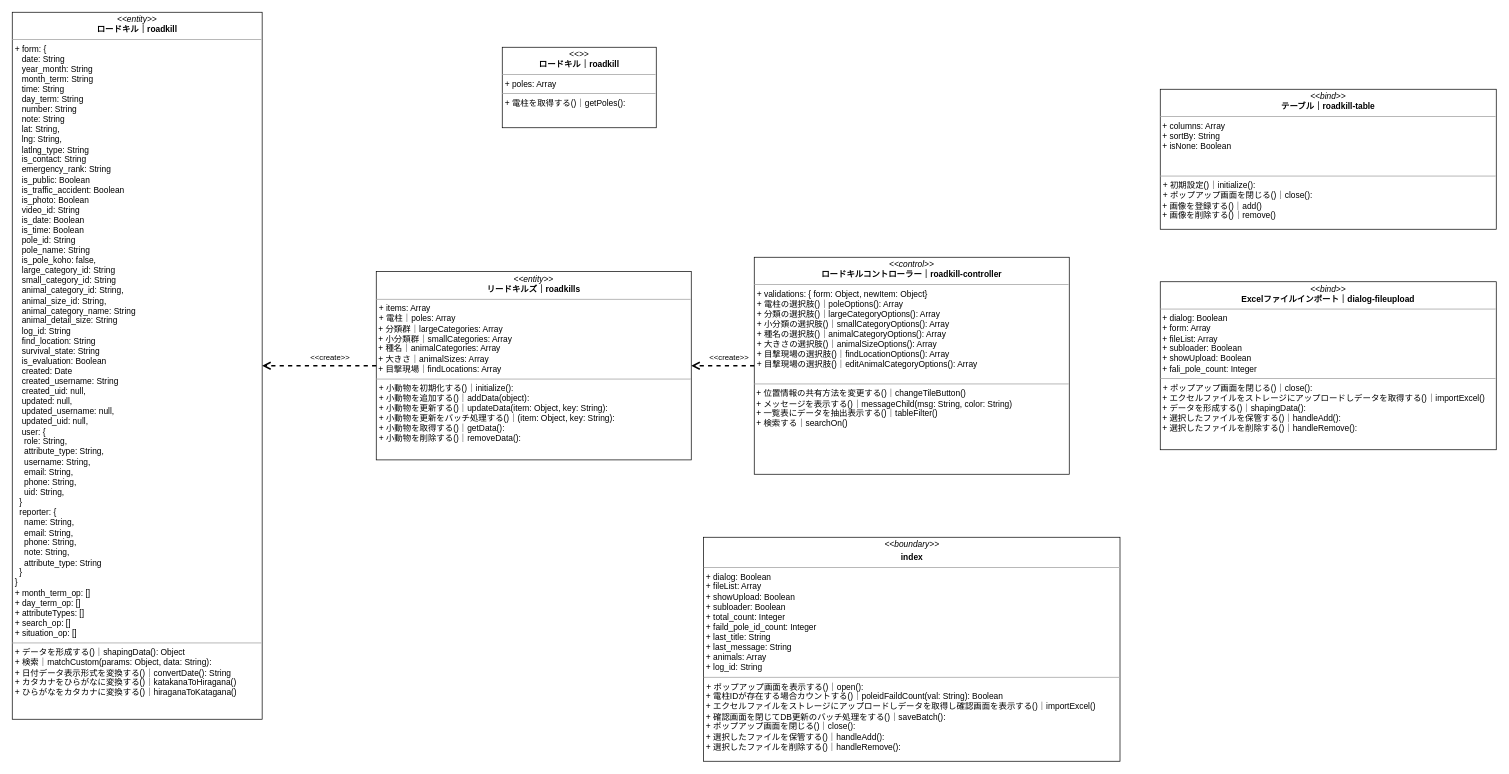
Earlier version of the draw.io diagram iriomote-roadkill.drawio (kaoru387/draw.io). Source tidied: cells renumbered, new cells numbered last; positions are measured from the earlier drawing's top-left corner, leaving out a move shared by most shapes. Both pictures are drawn from the tidied source at 70%, with x=0, y=0 at pixel (12, 12).
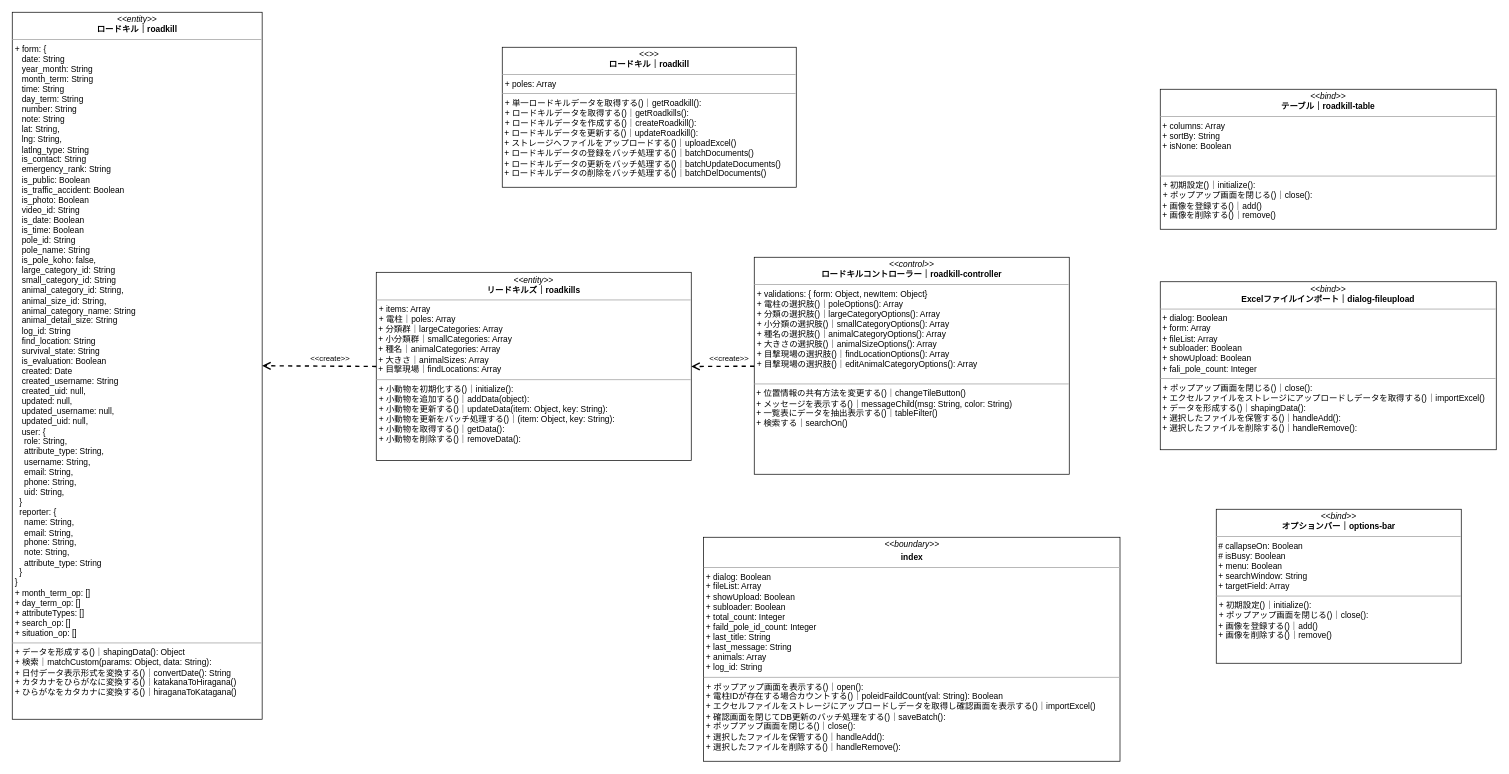
The same diagram, later.

Commit message:
iriomote-roadkill.drawio を更新します

What changed in the source:
```diff
@@
 <mxGraphModel>
   <root>
     <mxCell id="0" />
     <mxCell id="1" parent="0" />
     <mxCell id="2" value="&lt;p style=&quot;margin:0px;margin-top:4px;text-align:center;&quot;&gt;&lt;i&gt;&amp;lt;&amp;lt;control&amp;gt;&amp;gt;&lt;/i&gt;&lt;br&gt;&lt;b&gt;ロードキルコントローラー｜roadkill-controller&lt;/b&gt;&lt;/p&gt;&lt;hr size=&quot;1&quot;&gt;&lt;p style=&quot;margin:0px;margin-left:4px;&quot;&gt;+ validations: { form: Object, newItem: Object}&lt;br&gt;+ 電柱の選択肢()｜poleOptions(): Array&lt;br&gt;&lt;/p&gt;&lt;p style=&quot;margin:0px;margin-left:4px;&quot;&gt;+ 分類の選択肢()｜largeCategoryOptions(): Array&lt;br&gt;&lt;/p&gt;&lt;p style=&quot;margin:0px;margin-left:4px;&quot;&gt;+ 小分類の選択肢()｜smallCategoryOptions(): Array&lt;br&gt;&lt;/p&gt;&lt;p style=&quot;margin:0px;margin-left:4px;&quot;&gt;+ 種名の選択肢()｜animalCategoryOptions(): Array&lt;br&gt;&lt;/p&gt;&lt;p style=&quot;margin:0px;margin-left:4px;&quot;&gt;+ 大きさの選択肢()｜animalSizeOptions(): Array&lt;br&gt;&lt;/p&gt;&lt;p style=&quot;margin:0px;margin-left:4px;&quot;&gt;+ 目撃現場の選択肢()｜findLocationOptions(): Array&lt;br&gt;&lt;/p&gt;&lt;p style=&quot;margin:0px;margin-left:4px;&quot;&gt;+ 目撃現場の選択肢()｜editAnimalCategoryOptions(): Array&lt;/p&gt;&lt;br&gt;&lt;div&gt;&lt;/div&gt;&lt;hr size=&quot;1&quot;&gt;&lt;p style=&quot;margin:0px;margin-left:4px;&quot;&gt;&lt;/p&gt;&amp;nbsp;&lt;span style=&quot;background-color: initial;&quot;&gt;+&amp;nbsp;&lt;/span&gt;位置情報の共有方法を変更する()｜&lt;span style=&quot;background-color: initial;&quot;&gt;changeTileButton()&lt;/span&gt;&lt;br&gt;&amp;nbsp;+ メッセージを表示する()｜&lt;span style=&quot;background-color: initial;&quot;&gt;messageChild(msg: String, color: String)&lt;/span&gt;&lt;span style=&quot;background-color: initial;&quot;&gt;&lt;br&gt;&lt;/span&gt;&amp;nbsp;+ 一覧表にデータを抽出表示する()｜&lt;span style=&quot;background-color: initial;&quot;&gt;tableFilter()&lt;br&gt;&lt;/span&gt;&lt;span style=&quot;background-color: initial;&quot;&gt;&amp;nbsp;+ 検索する｜searchOn()&lt;br&gt;&lt;br&gt;&lt;/span&gt;&lt;span style=&quot;background-color: initial;&quot;&gt;&lt;br&gt;&lt;/span&gt;" style="verticalAlign=top;align=left;overflow=fill;fontSize=12;fontFamily=Helvetica;html=1;" parent="1" vertex="1">
       <mxGeometry x="1060" y="350" width="450" height="310" as="geometry" />
     </mxCell>
     <mxCell id="3" value="&lt;p style=&quot;margin:0px;margin-top:4px;text-align:center;&quot;&gt;&lt;i&gt;&amp;lt;&amp;lt;entity&amp;gt;&amp;gt;&lt;/i&gt;&lt;br&gt;&lt;b&gt;ロードキル｜roadkill&lt;/b&gt;&lt;/p&gt;&lt;hr size=&quot;1&quot;&gt;&lt;p style=&quot;margin:0px;margin-left:4px;&quot;&gt;&lt;span style=&quot;background-color: initial;&quot;&gt;+ form: {&amp;nbsp;&lt;/span&gt;&lt;br&gt;&lt;/p&gt;&lt;p style=&quot;margin:0px;margin-left:4px;&quot;&gt;&amp;nbsp; &amp;nbsp;date: String&lt;/p&gt;&lt;p style=&quot;margin:0px;margin-left:4px;&quot;&gt;&amp;nbsp; &amp;nbsp;year_month: String&lt;/p&gt;&lt;p style=&quot;margin:0px;margin-left:4px;&quot;&gt;&amp;nbsp; &amp;nbsp;month_term: String&lt;/p&gt;&lt;p style=&quot;margin:0px;margin-left:4px;&quot;&gt;&amp;nbsp; &amp;nbsp;time: String&lt;/p&gt;&lt;p style=&quot;margin:0px;margin-left:4px;&quot;&gt;&amp;nbsp; &amp;nbsp;day_term: String&lt;/p&gt;&lt;p style=&quot;margin:0px;margin-left:4px;&quot;&gt;&amp;nbsp; &amp;nbsp;number: String&lt;/p&gt;&lt;p style=&quot;margin:0px;margin-left:4px;&quot;&gt;&amp;nbsp; &amp;nbsp;note: String&lt;/p&gt;&lt;p style=&quot;margin:0px;margin-left:4px;&quot;&gt;&amp;nbsp; &amp;nbsp;lat: String,&lt;/p&gt;&lt;p style=&quot;margin:0px;margin-left:4px;&quot;&gt;&amp;nbsp; &amp;nbsp;lng: String,&lt;/p&gt;&lt;p style=&quot;margin:0px;margin-left:4px;&quot;&gt;&amp;nbsp; &amp;nbsp;latlng_type: String&lt;/p&gt;&lt;p style=&quot;margin:0px;margin-left:4px;&quot;&gt;&amp;nbsp; &amp;nbsp;is_contact: String&lt;/p&gt;&lt;p style=&quot;margin:0px;margin-left:4px;&quot;&gt;&amp;nbsp; &amp;nbsp;emergency_rank: String&lt;/p&gt;&lt;p style=&quot;margin:0px;margin-left:4px;&quot;&gt;&amp;nbsp; &amp;nbsp;is_public: Boolean&lt;/p&gt;&lt;p style=&quot;margin:0px;margin-left:4px;&quot;&gt;&amp;nbsp; &amp;nbsp;is_traffic_accident: Boolean&lt;/p&gt;&lt;p style=&quot;margin:0px;margin-left:4px;&quot;&gt;&amp;nbsp; &amp;nbsp;is_photo: Boolean&lt;/p&gt;&lt;p style=&quot;margin:0px;margin-left:4px;&quot;&gt;&amp;nbsp; &amp;nbsp;video_id: String&lt;/p&gt;&lt;p style=&quot;margin:0px;margin-left:4px;&quot;&gt;&amp;nbsp; &amp;nbsp;is_date: Boolean&lt;/p&gt;&lt;p style=&quot;margin:0px;margin-left:4px;&quot;&gt;&amp;nbsp; &amp;nbsp;is_time: Boolean&lt;/p&gt;&lt;p style=&quot;margin:0px;margin-left:4px;&quot;&gt;&amp;nbsp; &amp;nbsp;pole_id: String&lt;/p&gt;&lt;p style=&quot;margin:0px;margin-left:4px;&quot;&gt;&amp;nbsp; &amp;nbsp;pole_name: String&lt;/p&gt;&lt;p style=&quot;margin:0px;margin-left:4px;&quot;&gt;&amp;nbsp; &amp;nbsp;is_pole_koho: false,&lt;/p&gt;&lt;p style=&quot;margin:0px;margin-left:4px;&quot;&gt;&amp;nbsp; &amp;nbsp;large_category_id: String&lt;/p&gt;&lt;p style=&quot;margin:0px;margin-left:4px;&quot;&gt;&amp;nbsp; &amp;nbsp;small_category_id: String&lt;/p&gt;&lt;p style=&quot;margin:0px;margin-left:4px;&quot;&gt;&amp;nbsp; &amp;nbsp;animal_category_id: String,&lt;/p&gt;&lt;p style=&quot;margin:0px;margin-left:4px;&quot;&gt;&amp;nbsp; &amp;nbsp;animal_size_id: String,&lt;/p&gt;&lt;p style=&quot;margin:0px;margin-left:4px;&quot;&gt;&amp;nbsp; &amp;nbsp;animal_category_name: String&lt;/p&gt;&lt;p style=&quot;margin:0px;margin-left:4px;&quot;&gt;&amp;nbsp; &amp;nbsp;animal_detail_size: String&lt;/p&gt;&lt;p style=&quot;margin:0px;margin-left:4px;&quot;&gt;&amp;nbsp; &amp;nbsp;log_id: String&lt;/p&gt;&lt;p style=&quot;margin:0px;margin-left:4px;&quot;&gt;&amp;nbsp; &amp;nbsp;find_location: String&lt;/p&gt;&lt;p style=&quot;margin:0px;margin-left:4px;&quot;&gt;&amp;nbsp; &amp;nbsp;survival_state: String&lt;/p&gt;&lt;p style=&quot;margin:0px;margin-left:4px;&quot;&gt;&amp;nbsp; &amp;nbsp;is_evaluation: Boolean&lt;/p&gt;&lt;p style=&quot;margin:0px;margin-left:4px;&quot;&gt;&amp;nbsp; &amp;nbsp;created: Date&lt;/p&gt;&lt;p style=&quot;margin:0px;margin-left:4px;&quot;&gt;&amp;nbsp; &amp;nbsp;created_username: String&lt;/p&gt;&lt;p style=&quot;margin:0px;margin-left:4px;&quot;&gt;&amp;nbsp; &amp;nbsp;created_uid: null,&lt;/p&gt;&lt;p style=&quot;margin:0px;margin-left:4px;&quot;&gt;&amp;nbsp; &amp;nbsp;updated: null,&lt;/p&gt;&lt;p style=&quot;margin:0px;margin-left:4px;&quot;&gt;&amp;nbsp; &amp;nbsp;updated_username: null,&lt;/p&gt;&lt;p style=&quot;margin:0px;margin-left:4px;&quot;&gt;&amp;nbsp; &amp;nbsp;updated_uid: null,&lt;/p&gt;&lt;p style=&quot;margin:0px;margin-left:4px;&quot;&gt;&amp;nbsp; &amp;nbsp;user: {&lt;/p&gt;&lt;p style=&quot;margin:0px;margin-left:4px;&quot;&gt;&amp;nbsp; &amp;nbsp; role: String,&lt;/p&gt;&lt;p style=&quot;margin:0px;margin-left:4px;&quot;&gt;&amp;nbsp; &amp;nbsp; attribute_type: String,&lt;/p&gt;&lt;p style=&quot;margin:0px;margin-left:4px;&quot;&gt;&amp;nbsp; &amp;nbsp; username: String,&lt;/p&gt;&lt;p style=&quot;margin:0px;margin-left:4px;&quot;&gt;&amp;nbsp; &amp;nbsp; email: String,&lt;/p&gt;&lt;p style=&quot;margin:0px;margin-left:4px;&quot;&gt;&amp;nbsp; &amp;nbsp; phone: String,&lt;/p&gt;&lt;p style=&quot;margin:0px;margin-left:4px;&quot;&gt;&amp;nbsp; &amp;nbsp; uid: String,&lt;/p&gt;&lt;p style=&quot;margin:0px;margin-left:4px;&quot;&gt;&amp;nbsp; }&lt;/p&gt;&lt;p style=&quot;margin:0px;margin-left:4px;&quot;&gt;&amp;nbsp; reporter: {&lt;/p&gt;&lt;p style=&quot;margin:0px;margin-left:4px;&quot;&gt;&amp;nbsp; &amp;nbsp; name: String,&lt;/p&gt;&lt;p style=&quot;margin:0px;margin-left:4px;&quot;&gt;&amp;nbsp; &amp;nbsp; email: String,&lt;/p&gt;&lt;p style=&quot;margin:0px;margin-left:4px;&quot;&gt;&amp;nbsp; &amp;nbsp; phone: String,&lt;/p&gt;&lt;p style=&quot;margin:0px;margin-left:4px;&quot;&gt;&amp;nbsp; &amp;nbsp; note: String,&lt;/p&gt;&lt;p style=&quot;margin:0px;margin-left:4px;&quot;&gt;&amp;nbsp; &amp;nbsp; attribute_type: String&lt;/p&gt;&lt;p style=&quot;margin:0px;margin-left:4px;&quot;&gt;&amp;nbsp; }&lt;/p&gt;&lt;p style=&quot;margin:0px;margin-left:4px;&quot;&gt;}&lt;/p&gt;&lt;p style=&quot;margin: 0px 0px 0px 4px;&quot;&gt;+&amp;nbsp;month_term_op: []&lt;/p&gt;&lt;p style=&quot;margin: 0px 0px 0px 4px;&quot;&gt;+&amp;nbsp;day_term_op: []&lt;/p&gt;&lt;p style=&quot;margin: 0px 0px 0px 4px;&quot;&gt;+&amp;nbsp;attributeTypes: []&lt;/p&gt;&lt;p style=&quot;margin: 0px 0px 0px 4px;&quot;&gt;+&amp;nbsp;search_op: []&lt;/p&gt;&lt;p style=&quot;margin: 0px 0px 0px 4px;&quot;&gt;+&amp;nbsp;situation_op: []&lt;/p&gt;&lt;hr size=&quot;1&quot;&gt;&lt;p style=&quot;margin: 0px 0px 0px 4px;&quot;&gt;+ データを形成する()｜shapingData(): Object&lt;br&gt;&lt;/p&gt;&lt;p style=&quot;margin: 0px 0px 0px 4px;&quot;&gt;+ 検索｜matchCustom(params: Object, data: String):&amp;nbsp;&lt;/p&gt;&lt;p style=&quot;margin: 0px 0px 0px 4px;&quot;&gt;+ 日付データ表示形式を変換する()｜convertDate(): String&lt;br&gt;&lt;/p&gt;&lt;p style=&quot;margin: 0px 0px 0px 4px;&quot;&gt;+ カタカナをひらがなに変換する()｜katakanaToHiragana()&lt;/p&gt;&lt;p style=&quot;margin: 0px 0px 0px 4px;&quot;&gt;+ ひらがなをカタカナ&lt;span style=&quot;background-color: initial;&quot;&gt;に変換する()｜hiraganaToKatagana()&lt;/span&gt;&lt;/p&gt;" style="verticalAlign=top;align=left;overflow=fill;fontSize=12;fontFamily=Helvetica;html=1;" parent="1" vertex="1">
       <mxGeometry width="357" height="1010" as="geometry" />
     </mxCell>
     <mxCell id="4" value="&lt;p style=&quot;margin:0px;margin-top:4px;text-align:center;&quot;&gt;&lt;i&gt;&amp;lt;&amp;lt;boundary&amp;gt;&amp;gt;&lt;/i&gt;&lt;b&gt;&lt;br&gt;&lt;/b&gt;&lt;/p&gt;&lt;p style=&quot;margin:0px;margin-top:4px;text-align:center;&quot;&gt;&lt;b&gt;index&lt;/b&gt;&lt;/p&gt;&lt;hr size=&quot;1&quot;&gt;&lt;div&gt;&amp;nbsp;+ dialog: Boolean&lt;/div&gt;&lt;div&gt;&amp;nbsp;+ fileList: Array&amp;nbsp;&lt;/div&gt;&lt;div&gt;&amp;nbsp;+ showUpload: Boolean&lt;/div&gt;&lt;div&gt;&amp;nbsp;+ subloader: Boolean&lt;/div&gt;&lt;div&gt;&amp;nbsp;+ total_count: Integer&lt;/div&gt;&lt;div&gt;&amp;nbsp;+ faild_pole_id_count: Integer&lt;/div&gt;&lt;div&gt;&amp;nbsp;+ last_title: String&lt;/div&gt;&lt;div&gt;&amp;nbsp;+ last_message: String&lt;/div&gt;&lt;div&gt;&amp;nbsp;+ animals: Array&lt;/div&gt;&lt;div&gt;&amp;nbsp;+ log_id: String&lt;/div&gt;&lt;hr size=&quot;1&quot;&gt;&lt;p style=&quot;margin:0px;margin-left:4px;&quot;&gt;&lt;span style=&quot;background-color: initial;&quot;&gt;+ ポップアップ画面を表示する()｜open():&amp;nbsp;&lt;/span&gt;&lt;/p&gt;&amp;nbsp;+&amp;nbsp;電柱IDが存在する場合カウントする()｜poleidFaildCount(val: String): Boolean&lt;br&gt;&amp;nbsp;+ エクセルファイルをストレージにアップロードしデータを取得し確認画面を表示する()｜importExcel()&lt;br&gt;&amp;nbsp;+ 確認画面を閉じてDB更新のバッチ処理をする()｜saveBatch():&amp;nbsp;&lt;br&gt;&amp;nbsp;+ ポップアップ画面を閉じる()｜close():&amp;nbsp;&lt;br&gt;&amp;nbsp;+ 選択したファイルを保管する()｜handleAdd():&amp;nbsp;&lt;br&gt;&amp;nbsp;+ 選択したファイルを削除する()｜handleRemove():&amp;nbsp;" style="verticalAlign=top;align=left;overflow=fill;fontSize=12;fontFamily=Helvetica;html=1;" parent="1" vertex="1">
       <mxGeometry x="987.5" y="750" width="595" height="320" as="geometry" />
     </mxCell>
     <mxCell id="5" value="&amp;lt;&amp;lt;create&amp;gt;&amp;gt;" style="endArrow=open;startArrow=none;endFill=0;startFill=0;endSize=8;html=1;verticalAlign=bottom;dashed=1;labelBackgroundColor=none;rounded=0;fontColor=#000000;sourcePerimeterSpacing=0;targetPerimeterSpacing=0;strokeWidth=2;jumpSize=6;entryX=1;entryY=0.5;entryDx=0;entryDy=0;" parent="1" edge="1" source="2" target="6">
       <mxGeometry x="-0.19" y="-2" relative="1" as="geometry" />
     </mxCell>
     <mxCell id="6" value="&lt;p style=&quot;margin:0px;margin-top:4px;text-align:center;&quot;&gt;&lt;i&gt;&amp;lt;&amp;lt;entity&amp;gt;&amp;gt;&lt;/i&gt;&lt;br&gt;&lt;b&gt;リードキルズ｜roadkills&lt;/b&gt;&lt;br&gt;&lt;/p&gt;&lt;hr size=&quot;1&quot;&gt;&lt;p style=&quot;margin:0px;margin-left:4px;&quot;&gt;+ items: Array&lt;/p&gt;&lt;p style=&quot;margin:0px;margin-left:4px;&quot;&gt;+ 電柱｜poles: Array&lt;/p&gt;&lt;div style=&quot;&quot;&gt;&lt;div&gt;&amp;nbsp;+ 分類群｜largeCategories: Array&lt;/div&gt;&lt;div&gt;&amp;nbsp;+ 小分類群｜smallCategories: Array&lt;/div&gt;&lt;div&gt;&amp;nbsp;+ 種名｜animalCategories: Array&lt;/div&gt;&lt;div&gt;&amp;nbsp;+ 大きさ｜animalSizes: Array&lt;/div&gt;&lt;div&gt;&amp;nbsp;+ 目撃現場｜findLocations: Array&lt;/div&gt;&lt;/div&gt;&lt;hr size=&quot;1&quot;&gt;&lt;p style=&quot;margin:0px;margin-left:4px;&quot;&gt;+ 小動物を初期化する()｜initialize():&amp;nbsp;&lt;/p&gt;&lt;p style=&quot;margin:0px;margin-left:4px;&quot;&gt;+ 小動物を追加する()｜addData(object):&amp;nbsp;&lt;br&gt;&lt;/p&gt;&lt;p style=&quot;margin:0px;margin-left:4px;&quot;&gt;+ 小動物を更新する()｜updateData(item: Object, key: String):&amp;nbsp;&lt;br&gt;&lt;/p&gt;&lt;p style=&quot;margin:0px;margin-left:4px;&quot;&gt;+ 小動物を更新をバッチ処理する()｜(item: Object, key: String):&amp;nbsp;&lt;br&gt;&lt;/p&gt;&lt;p style=&quot;margin:0px;margin-left:4px;&quot;&gt;+ 小動物を取得する()｜getData():&lt;/p&gt;&lt;p style=&quot;margin:0px;margin-left:4px;&quot;&gt;+ 小動物を削除する()｜removeData():&lt;br&gt;&lt;/p&gt;" style="verticalAlign=top;align=left;overflow=fill;fontSize=12;fontFamily=Helvetica;html=1;fontColor=#000000;" parent="1" vertex="1">
-      <mxGeometry x="520" y="370.5" width="450" height="269" as="geometry" />
+      <mxGeometry x="520" y="371.5" width="450" height="269" as="geometry" />
     </mxCell>
     <mxCell id="7" value="&lt;p style=&quot;margin:0px;margin-top:4px;text-align:center;&quot;&gt;&lt;i&gt;&amp;lt;&amp;lt;bind&amp;gt;&amp;gt;&lt;/i&gt;&lt;br&gt;&lt;b&gt;テーブル｜roadkill-table&lt;/b&gt;&lt;/p&gt;&lt;hr size=&quot;1&quot;&gt;&lt;div&gt;&lt;span style=&quot;background-color: initial;&quot;&gt;&amp;nbsp;+ columns: Array&lt;/span&gt;&lt;br&gt;&lt;/div&gt;&lt;div&gt;&amp;nbsp;+ sortBy: String&lt;/div&gt;&lt;div&gt;&lt;span style=&quot;background-color: initial;&quot;&gt;&amp;nbsp;+ isNone: Boolean&lt;/span&gt;&lt;/div&gt;&lt;div&gt;&lt;span style=&quot;background-color: initial;&quot;&gt;&lt;br&gt;&lt;/span&gt;&lt;/div&gt;&lt;div&gt;&lt;span style=&quot;background-color: initial;&quot;&gt;&lt;br&gt;&lt;/span&gt;&lt;/div&gt;&lt;hr size=&quot;1&quot;&gt;&lt;p style=&quot;margin:0px;margin-left:4px;&quot;&gt;&lt;span style=&quot;background-color: initial;&quot;&gt;+ 初期設定()｜initialize():&amp;nbsp;&lt;/span&gt;&lt;/p&gt;&lt;p style=&quot;margin:0px;margin-left:4px;&quot;&gt;+ ポップアップ画面を閉じる()｜close():&amp;nbsp;&lt;span style=&quot;background-color: initial;&quot;&gt;&lt;br&gt;&lt;/span&gt;&lt;/p&gt;&amp;nbsp;+ 画像を登録する()｜add()&lt;br&gt;&amp;nbsp;&lt;span style=&quot;background-color: initial;&quot;&gt;+ 画像を削除&lt;/span&gt;する()｜&lt;span style=&quot;background-color: initial;&quot;&gt;remove()&lt;/span&gt;" style="verticalAlign=top;align=left;overflow=fill;fontSize=12;fontFamily=Helvetica;html=1;" parent="1" vertex="1">
       <mxGeometry x="1640" y="110" width="480" height="200" as="geometry" />
     </mxCell>
-    <mxCell id="8" value="&lt;p style=&quot;margin:0px;margin-top:4px;text-align:center;&quot;&gt;&lt;i&gt;&amp;lt;&amp;lt;&amp;gt;&amp;gt;&lt;/i&gt;&lt;br&gt;&lt;b&gt;ロードキル｜roadkill&lt;/b&gt;&lt;br&gt;&lt;/p&gt;&lt;hr size=&quot;1&quot;&gt;&lt;p style=&quot;margin:0px;margin-left:4px;&quot;&gt;+ poles: Array&lt;/p&gt;&lt;hr size=&quot;1&quot;&gt;&lt;p style=&quot;margin:0px;margin-left:4px;&quot;&gt;&lt;span style=&quot;background-color: initial;&quot;&gt;+ 電柱を取得する()｜getPoles():&lt;/span&gt;&lt;/p&gt;" style="verticalAlign=top;align=left;overflow=fill;fontSize=12;fontFamily=Helvetica;html=1;fontColor=#000000;" parent="1" vertex="1">
-      <mxGeometry x="700" y="50" width="220" height="115" as="geometry" />
+    <mxCell id="8" value="&lt;p style=&quot;margin:0px;margin-top:4px;text-align:center;&quot;&gt;&lt;i&gt;&amp;lt;&amp;lt;&amp;gt;&amp;gt;&lt;/i&gt;&lt;br&gt;&lt;b&gt;ロードキル｜roadkill&lt;/b&gt;&lt;br&gt;&lt;/p&gt;&lt;hr size=&quot;1&quot;&gt;&lt;p style=&quot;margin:0px;margin-left:4px;&quot;&gt;+ poles: Array&lt;/p&gt;&lt;hr size=&quot;1&quot;&gt;&lt;p style=&quot;margin:0px;margin-left:4px;&quot;&gt;&lt;span style=&quot;background-color: initial;&quot;&gt;+ 単一ロードキルデータを取得する()｜getRoadkill():&lt;/span&gt;&lt;/p&gt;&lt;p style=&quot;margin:0px;margin-left:4px;&quot;&gt;+ ロードキルデータを取得する()｜getRoadkills():&lt;span style=&quot;background-color: initial;&quot;&gt;&lt;br&gt;&lt;/span&gt;&lt;/p&gt;&lt;p style=&quot;margin:0px;margin-left:4px;&quot;&gt;+ ロードキルデータを作成する()｜createRoadkill():&lt;/p&gt;&amp;nbsp;+&amp;nbsp;ロードキルデータを更新する()｜updateRoadkill():&lt;br&gt;&amp;nbsp;+ ストレージへファイルをアップロードする()｜uploadExcel()&lt;br&gt;&amp;nbsp;+ ロードキルデータの登録をバッチ処理する()｜batchDocuments()&lt;br&gt;&amp;nbsp;+ ロードキルデータの更新をバッチ処理する()｜batchUpdateDocuments()&lt;br&gt;&amp;nbsp;+ ロードキルデータの削除をバッチ処理する()｜batchDelDocuments()" style="verticalAlign=top;align=left;overflow=fill;fontSize=12;fontFamily=Helvetica;html=1;fontColor=#000000;" parent="1" vertex="1">
+      <mxGeometry x="700" y="50" width="420" height="200" as="geometry" />
     </mxCell>
     <mxCell id="9" value="&amp;lt;&amp;lt;create&amp;gt;&amp;gt;" style="endArrow=open;startArrow=none;endFill=0;startFill=0;endSize=8;html=1;verticalAlign=bottom;dashed=1;labelBackgroundColor=none;rounded=0;fontColor=#000000;sourcePerimeterSpacing=0;targetPerimeterSpacing=0;strokeWidth=2;jumpSize=6;entryX=1;entryY=0.5;entryDx=0;entryDy=0;exitX=0;exitY=0.5;exitDx=0;exitDy=0;" parent="1" edge="1" source="6" target="3">
       <mxGeometry x="-0.19" y="-2" relative="1" as="geometry" />
     </mxCell>
     <mxCell id="10" value="&lt;p style=&quot;margin:0px;margin-top:4px;text-align:center;&quot;&gt;&lt;i&gt;&amp;lt;&amp;lt;bind&amp;gt;&amp;gt;&lt;/i&gt;&lt;br&gt;&lt;b&gt;Excelファイルインポート｜dialog-fileupload&lt;/b&gt;&lt;/p&gt;&lt;hr size=&quot;1&quot;&gt;&lt;div&gt;&amp;nbsp;+ dialog: Boolean&lt;br&gt;&lt;/div&gt;&lt;div&gt;&amp;nbsp;+ form: Array&lt;/div&gt;&lt;div&gt;&amp;nbsp;+ fileList: Array&amp;nbsp;&lt;/div&gt;&lt;div&gt;&lt;span style=&quot;background-color: initial;&quot;&gt;&amp;nbsp;+ subloader: Boolean&lt;/span&gt;&lt;br&gt;&lt;/div&gt;&lt;div&gt;&lt;span style=&quot;background-color: initial;&quot;&gt;&amp;nbsp;+ showUpload: Boolean&lt;/span&gt;&lt;br&gt;&lt;/div&gt;&lt;div&gt;&amp;nbsp;+ fali_pole_count: Integer&lt;/div&gt;&lt;hr size=&quot;1&quot;&gt;&lt;p style=&quot;margin:0px;margin-left:4px;&quot;&gt;&lt;span style=&quot;background-color: initial;&quot;&gt;+ ポップアップ画面を閉じる()｜close():&amp;nbsp;&lt;/span&gt;&lt;/p&gt;&amp;nbsp;+ エクセルファイルをストレージにアップロードしデータを取得する()｜importExcel()&lt;br&gt;&amp;nbsp;+ データを形成する()｜shapingData():&amp;nbsp;&lt;br&gt;&amp;nbsp;+ 選択したファイルを保管する()｜handleAdd():&amp;nbsp;&lt;br&gt;&amp;nbsp;+ 選択したファイルを削除する()｜handleRemove():&amp;nbsp;" style="verticalAlign=top;align=left;overflow=fill;fontSize=12;fontFamily=Helvetica;html=1;" parent="1" vertex="1">
       <mxGeometry x="1640" y="385" width="480" height="240" as="geometry" />
     </mxCell>
+    <mxCell id="11" value="&lt;p style=&quot;margin:0px;margin-top:4px;text-align:center;&quot;&gt;&lt;i&gt;&amp;lt;&amp;lt;bind&amp;gt;&amp;gt;&lt;/i&gt;&lt;br&gt;&lt;b&gt;オプションバー｜options-bar&lt;/b&gt;&lt;/p&gt;&lt;hr size=&quot;1&quot;&gt;&lt;div&gt;&lt;span style=&quot;background-color: initial;&quot;&gt;&amp;nbsp;# callapseOn: Boolean&lt;/span&gt;&lt;/div&gt;&lt;div&gt;&lt;span style=&quot;background-color: initial;&quot;&gt;&amp;nbsp;# isBusy: Boolean&lt;/span&gt;&lt;/div&gt;&lt;div&gt;&lt;span style=&quot;background-color: initial;&quot;&gt;&amp;nbsp;+ menu: Boolean&lt;/span&gt;&lt;/div&gt;&lt;div&gt;&lt;span style=&quot;background-color: initial;&quot;&gt;&amp;nbsp;+ searchWindow: String&lt;/span&gt;&lt;/div&gt;&lt;div&gt;&lt;span style=&quot;background-color: initial;&quot;&gt;&amp;nbsp;+ targetField: Array&lt;/span&gt;&lt;/div&gt;&lt;hr size=&quot;1&quot;&gt;&lt;p style=&quot;margin:0px;margin-left:4px;&quot;&gt;&lt;span style=&quot;background-color: initial;&quot;&gt;+ 初期設定()｜initialize():&amp;nbsp;&lt;/span&gt;&lt;/p&gt;&lt;p style=&quot;margin:0px;margin-left:4px;&quot;&gt;+ ポップアップ画面を閉じる()｜close():&amp;nbsp;&lt;span style=&quot;background-color: initial;&quot;&gt;&lt;br&gt;&lt;/span&gt;&lt;/p&gt;&amp;nbsp;+ 画像を登録する()｜add()&lt;br&gt;&amp;nbsp;&lt;span style=&quot;background-color: initial;&quot;&gt;+ 画像を削除&lt;/span&gt;する()｜&lt;span style=&quot;background-color: initial;&quot;&gt;remove()&lt;/span&gt;" style="verticalAlign=top;align=left;overflow=fill;fontSize=12;fontFamily=Helvetica;html=1;" parent="1" vertex="1">
+      <mxGeometry x="1720" y="710" width="350" height="220" as="geometry" />
+    </mxCell>
   </root>
 </mxGraphModel>
```
